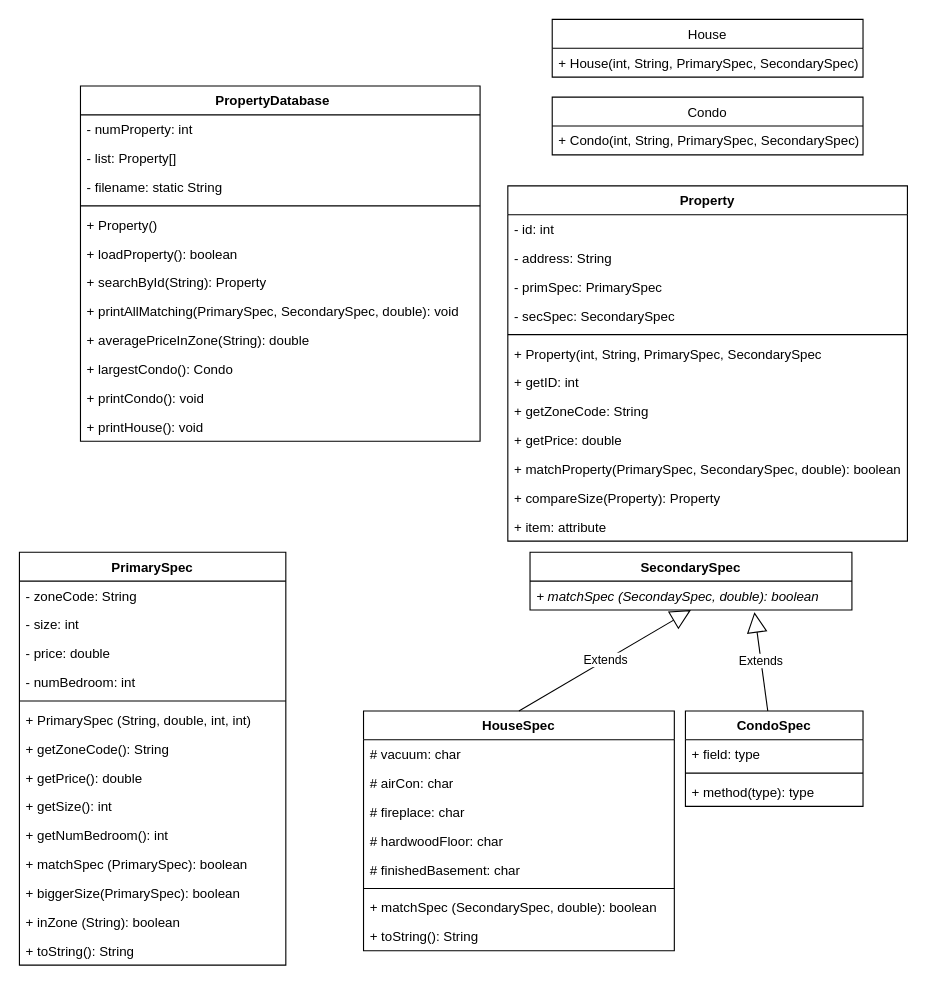
Earlier version of the draw.io diagram OOP/RealtyDatabase/RealtyDatabase.drawio (wang-owen/ICS4U). Source tidied: cells renumbered, new cells numbered last; positions are measured from the earlier drawing's top-left corner, leaving out a move shared by most shapes. Both pictures are drawn from the tidied source at 111%, with x=0, y=0 at pixel (19, 19).
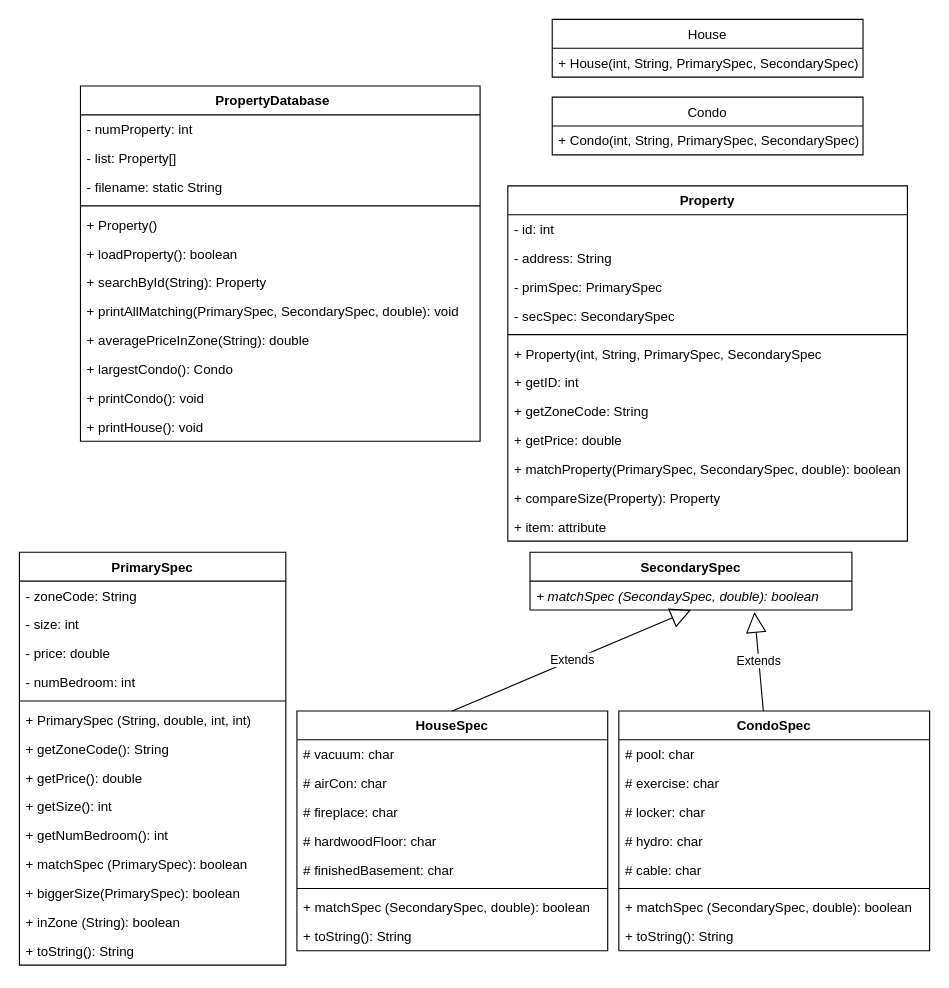
The same diagram, later.

What changed in the source:
```diff
@@
     <mxCell id="19" value="HouseSpec" style="swimlane;fontStyle=1;align=center;verticalAlign=top;horizontal=1;startSize=26;" parent="1" vertex="1">
-      <mxGeometry x="310" y="623" width="280" height="216" as="geometry" />
+      <mxGeometry x="250" y="623" width="280" height="216" as="geometry" />
     </mxCell>
@@
     <mxCell id="29" value="CondoSpec" style="swimlane;fontStyle=1;align=center;verticalAlign=top;horizontal=1;startSize=26;" parent="1" vertex="1">
-      <mxGeometry x="600" y="623" width="160" height="86" as="geometry" />
+      <mxGeometry x="540" y="623" width="280" height="216" as="geometry" />
     </mxCell>
-    <mxCell id="30" value="+ field: type" style="text;strokeColor=none;fillColor=none;align=left;verticalAlign=top;spacingLeft=4;spacingRight=4;overflow=hidden;" parent="29" vertex="1">
-      <mxGeometry y="26" width="160" height="26" as="geometry" />
+    <mxCell id="30" value="# pool: char" style="text;strokeColor=none;fillColor=none;align=left;verticalAlign=top;spacingLeft=4;spacingRight=4;overflow=hidden;" parent="29" vertex="1">
+      <mxGeometry y="26" width="280" height="26" as="geometry" />
     </mxCell>
+    <mxCell id="64" value="# exercise: char" style="text;strokeColor=none;fillColor=none;align=left;verticalAlign=top;spacingLeft=4;spacingRight=4;overflow=hidden;" parent="29" vertex="1">
+      <mxGeometry y="52" width="280" height="26" as="geometry" />
+    </mxCell>
+    <mxCell id="65" value="# locker: char" style="text;strokeColor=none;fillColor=none;align=left;verticalAlign=top;spacingLeft=4;spacingRight=4;overflow=hidden;" parent="29" vertex="1">
+      <mxGeometry y="78" width="280" height="26" as="geometry" />
+    </mxCell>
+    <mxCell id="66" value="# hydro: char" style="text;strokeColor=none;fillColor=none;align=left;verticalAlign=top;spacingLeft=4;spacingRight=4;overflow=hidden;" parent="29" vertex="1">
+      <mxGeometry y="104" width="280" height="26" as="geometry" />
+    </mxCell>
+    <mxCell id="67" value="# cable: char" style="text;strokeColor=none;fillColor=none;align=left;verticalAlign=top;spacingLeft=4;spacingRight=4;overflow=hidden;" parent="29" vertex="1">
+      <mxGeometry y="130" width="280" height="26" as="geometry" />
+    </mxCell>
     <mxCell id="31" style="line;strokeWidth=1;fillColor=none;align=left;verticalAlign=middle;spacingTop=-1;spacingLeft=3;spacingRight=3;labelPosition=right;strokeColor=inherit;" parent="29" vertex="1">
-      <mxGeometry y="52" width="160" height="8" as="geometry" />
+      <mxGeometry y="156" width="280" height="8" as="geometry" />
     </mxCell>
-    <mxCell id="32" value="+ method(type): type" style="text;strokeColor=none;fillColor=none;align=left;verticalAlign=top;spacingLeft=4;spacingRight=4;overflow=hidden;" parent="29" vertex="1">
-      <mxGeometry y="60" width="160" height="26" as="geometry" />
+    <mxCell id="32" value="+ matchSpec (SecondarySpec, double): boolean" style="text;strokeColor=none;fillColor=none;align=left;verticalAlign=top;spacingLeft=4;spacingRight=4;overflow=hidden;" parent="29" vertex="1">
+      <mxGeometry y="164" width="280" height="26" as="geometry" />
     </mxCell>
+    <mxCell id="68" value="+ toString(): String" style="text;strokeColor=none;fillColor=none;align=left;verticalAlign=top;spacingLeft=4;spacingRight=4;overflow=hidden;" parent="29" vertex="1">
+      <mxGeometry y="190" width="280" height="26" as="geometry" />
+    </mxCell>
```
